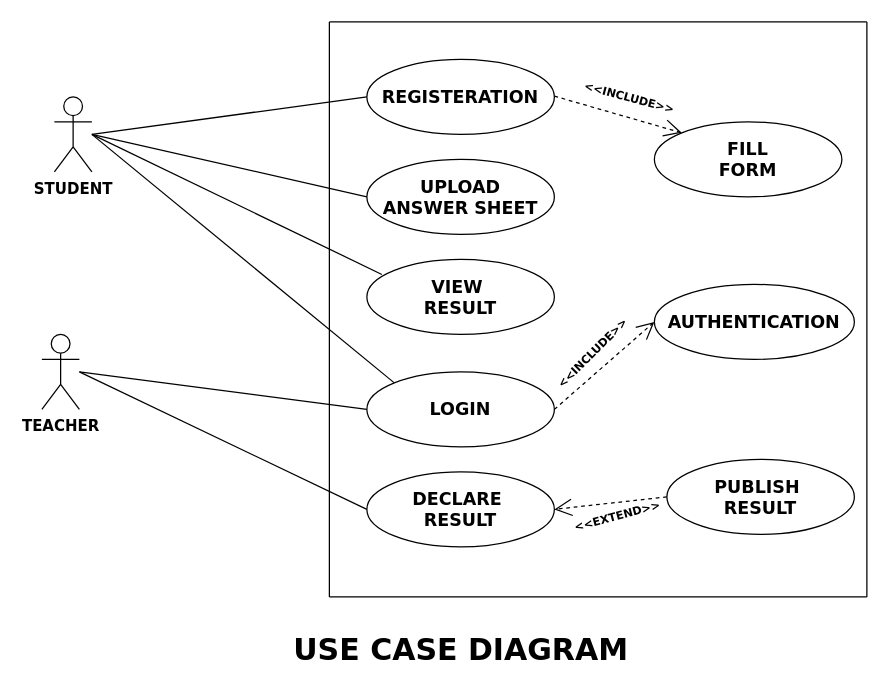
Earlier version of the draw.io diagram AutoGrade Diagrams/Use Case Diagram.drawio (saurabhbhoir11/AutoGrade-Automated-Subjective-Answer-Evatuator). Source tidied: cells renumbered, new cells numbered last; positions are measured from the earlier drawing's top-left corner, leaving out a move shared by most shapes. Both pictures are drawn from the tidied source at 125%, with x=0, y=0 at pixel (41, 21).
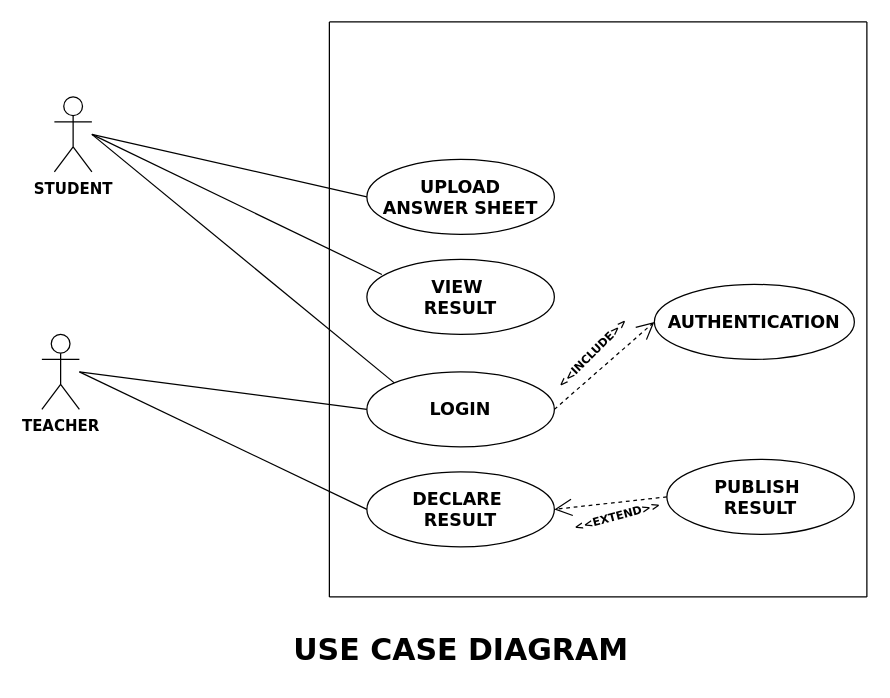
The same diagram, later.

What changed in the source:
```diff
@@
-    <mxCell id="3" value="&lt;b&gt;&lt;font style=&quot;font-size: 14px;&quot; face=&quot;Verdana&quot;&gt;REGISTERATION&lt;/font&gt;&lt;/b&gt;" style="ellipse;whiteSpace=wrap;html=1;" parent="1" vertex="1">
-      <mxGeometry x="260" y="30" width="150" height="60" as="geometry" />
-    </mxCell>
@@
-    <mxCell id="9" value="&lt;font face=&quot;Verdana&quot;&gt;&lt;span style=&quot;font-size: 14px;&quot;&gt;&lt;b&gt;FILL&lt;br&gt;FORM&lt;br&gt;&lt;/b&gt;&lt;/span&gt;&lt;/font&gt;" style="ellipse;whiteSpace=wrap;html=1;" parent="1" vertex="1">
-      <mxGeometry x="490" y="80" width="150" height="60" as="geometry" />
-    </mxCell>
@@
-    <mxCell id="11" style="endArrow=none;html=1;rounded=0;entryX=0;entryY=0.5;entryDx=0;entryDy=0;" parent="1" edge="1" target="3">
-      <mxGeometry relative="1" as="geometry">
-        <mxPoint x="40" y="90" as="sourcePoint" />
-      </mxGeometry>
-    </mxCell>
@@
-    <mxCell id="17" style="endArrow=open;endSize=12;dashed=1;html=1;rounded=0;fontFamily=Helvetica;fontSize=12;fontColor=default;entryX=0;entryY=0;entryDx=0;entryDy=0;" parent="1" edge="1" target="9">
-      <mxGeometry relative="1" as="geometry">
-        <mxPoint x="410" y="59.4" as="sourcePoint" />
-      </mxGeometry>
-    </mxCell>
-    <mxCell id="18" value="&lt;font style=&quot;font-size: 9px;&quot; face=&quot;Verdana&quot;&gt;&lt;b&gt;&amp;lt;&amp;lt;&lt;font style=&quot;&quot;&gt;INCLUDE&lt;/font&gt;&amp;gt;&amp;gt;&lt;/b&gt;&lt;/font&gt;" style="text;html=1;align=center;verticalAlign=middle;strokeColor=none;fillColor=none;fontSize=12;fontFamily=Helvetica;fontColor=default;rotation=15;" parent="1" vertex="1">
-      <mxGeometry x="420" y="45" width="100" height="30" as="geometry" />
-    </mxCell>
```
